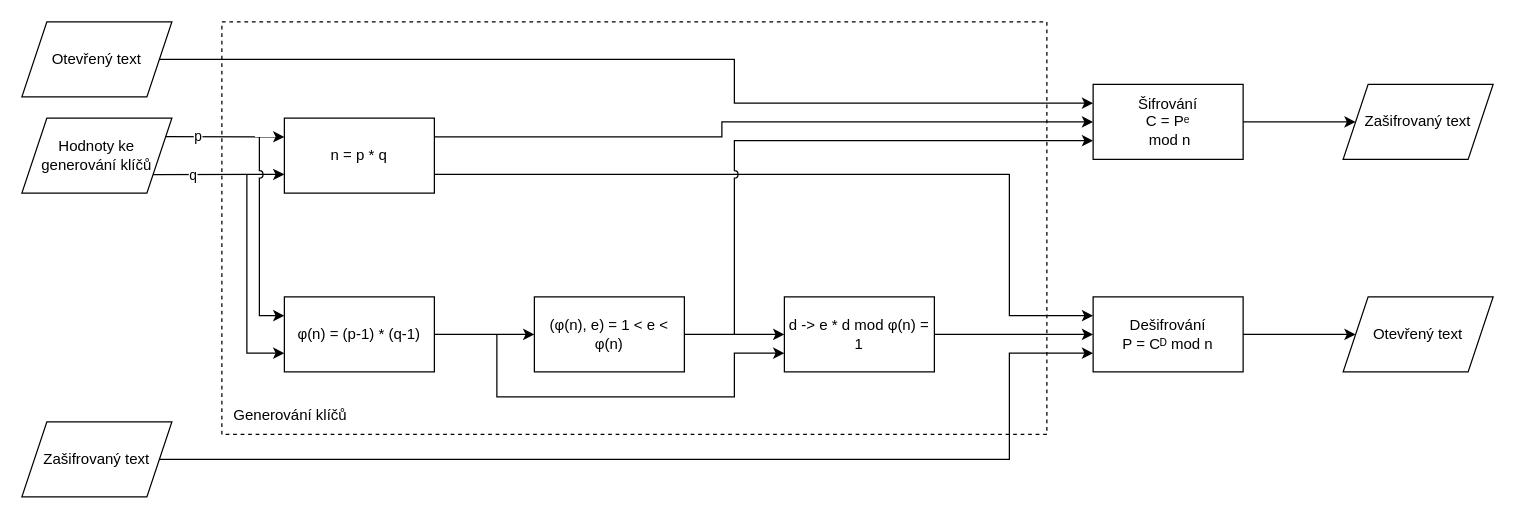
Earlier version of the draw.io diagram public/img/rsaPage/drawio/rsa_cz.drawio (hejzlzd1/EducrypterUHK). Source tidied: cells renumbered, new cells numbered last; positions are measured from the earlier drawing's top-left corner, leaving out a move shared by most shapes. Both pictures are drawn from the tidied source at 125%, with x=0, y=0 at pixel (21, 21).
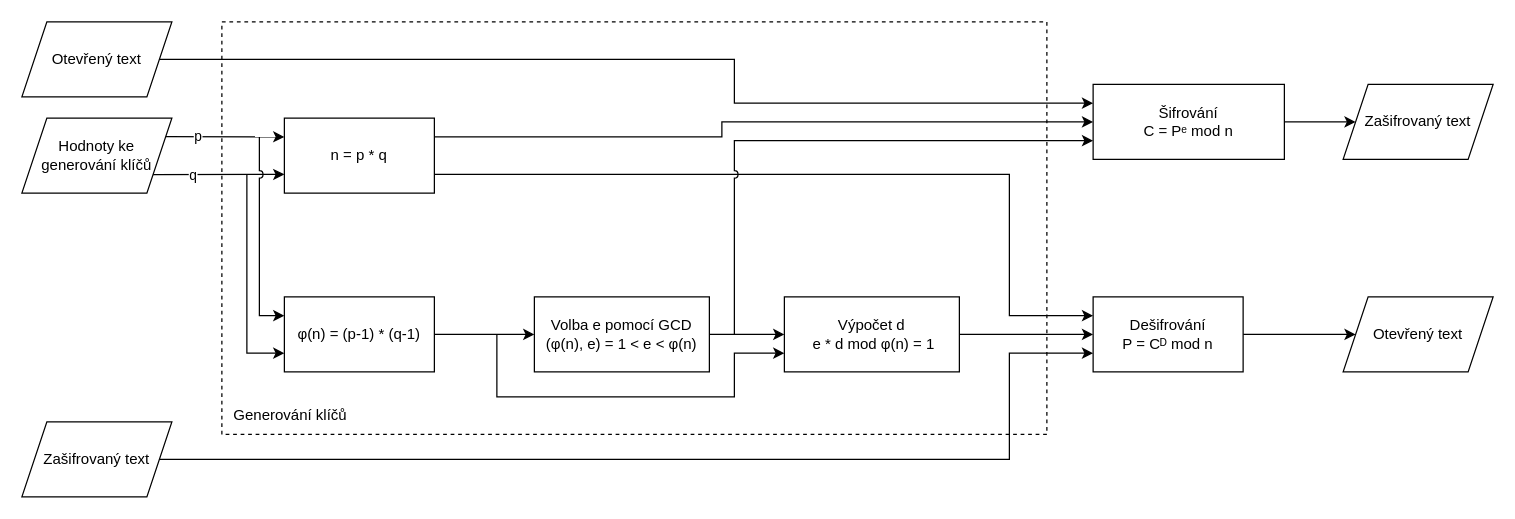
The same page after the edit.

The edit, as a diff of the source:
```diff
@@
-    <mxCell id="13" value="(φ(n), e) = 1 &amp;lt; e &amp;lt; φ(n)" style="whiteSpace=wrap;html=1;rounded=0;" parent="1" vertex="1">
-      <mxGeometry x="410" y="220" width="120" height="60" as="geometry" />
+    <mxCell id="13" value="Volba e pomocí GCD&lt;br&gt;(φ(n), e) = 1 &amp;lt; e &amp;lt; φ(n)" style="whiteSpace=wrap;html=1;rounded=0;" parent="1" vertex="1">
+      <mxGeometry x="410" y="220" width="140" height="60" as="geometry" />
     </mxCell>
@@
-    <mxCell id="15" value="d -&amp;gt; e * d mod φ(n) = 1" style="whiteSpace=wrap;html=1;rounded=0;" parent="1" vertex="1">
-      <mxGeometry x="610" y="220" width="120" height="60" as="geometry" />
+    <mxCell id="15" value="Výpočet d&lt;br&gt;&amp;nbsp;e * d mod φ(n) = 1" style="whiteSpace=wrap;html=1;rounded=0;" parent="1" vertex="1">
+      <mxGeometry x="610" y="220" width="140" height="60" as="geometry" />
     </mxCell>
@@
-    <mxCell id="23" value="Šifrování&lt;br&gt;C = Pᵉ&lt;br&gt;&amp;nbsp;mod n" style="rounded=0;whiteSpace=wrap;html=1;" parent="1" vertex="1">
-      <mxGeometry x="857" y="50" width="120" height="60" as="geometry" />
+    <mxCell id="23" value="Šifrování&lt;br&gt;C = Pᵉ&amp;nbsp;mod n" style="rounded=0;whiteSpace=wrap;html=1;" parent="1" vertex="1">
+      <mxGeometry x="857" y="50" width="153" height="60" as="geometry" />
     </mxCell>
```
